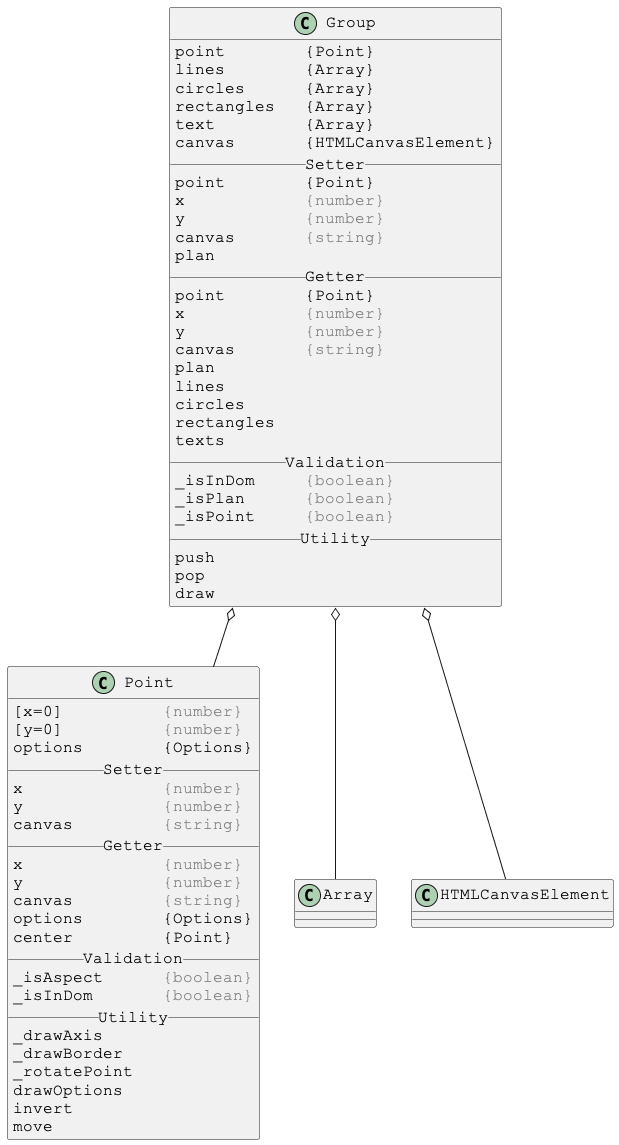
Justin-Byrne/canvasLab keeps this PlantUML diagram as docs/PlantUml/images/linked/Group-linked.png. Above is the earlier version.
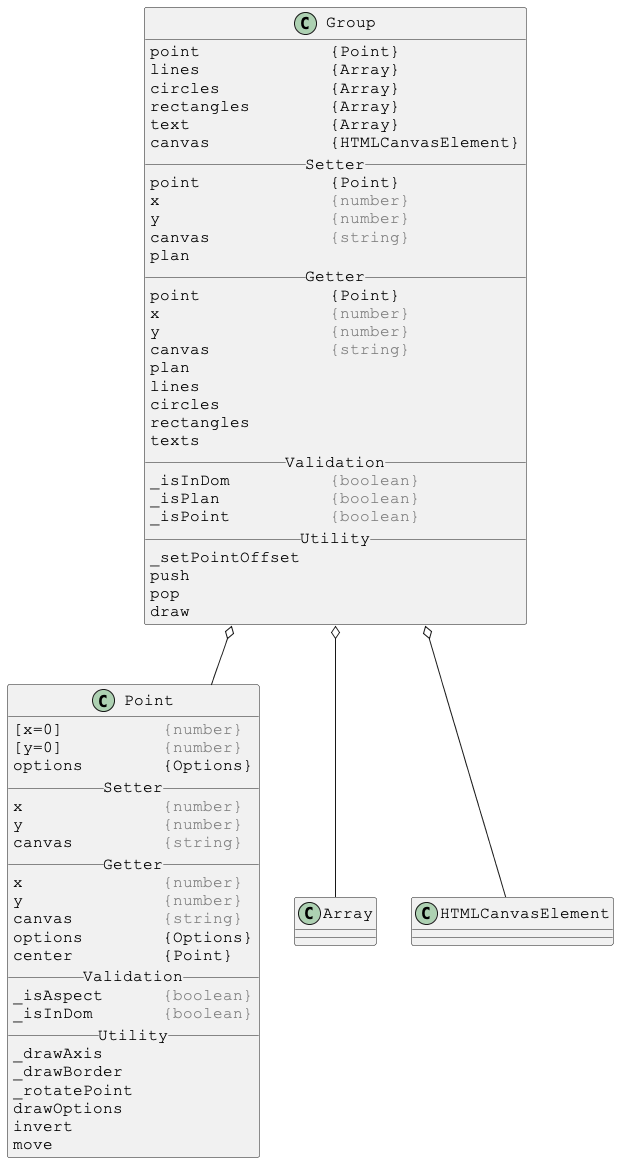
The same diagram one commit later.

What changed in the source:
```diff
@@ -4,33 +4,34 @@
 skinparam DefaultFontName Courier New
 
 class Group {
-point        {Point}
-lines        {Array}
-circles      {Array}
-rectangles   {Array}
-text         {Array}
-canvas       {HTMLCanvasElement}
+point             {Point}
+lines             {Array}
+circles           {Array}
+rectangles        {Array}
+text              {Array}
+canvas            {HTMLCanvasElement}
 __ Setter __
-point        {Point}
-x            <color:gray>{number}</color>
-y            <color:gray>{number}</color>
-canvas       <color:gray>{string}</color>
+point             {Point}
+x                 <color:gray>{number}</color>
+y                 <color:gray>{number}</color>
+canvas            <color:gray>{string}</color>
 plan
 __ Getter __
-point        {Point}
-x            <color:gray>{number}</color>
-y            <color:gray>{number}</color>
-canvas       <color:gray>{string}</color>
+point             {Point}
+x                 <color:gray>{number}</color>
+y                 <color:gray>{number}</color>
+canvas            <color:gray>{string}</color>
 plan
 lines
 circles
 rectangles
 texts
 __ Validation __
-_isInDom     <color:gray>{boolean}</color>
-_isPlan      <color:gray>{boolean}</color>
-_isPoint     <color:gray>{boolean}</color>
+_isInDom          <color:gray>{boolean}</color>
+_isPlan           <color:gray>{boolean}</color>
+_isPoint          <color:gray>{boolean}</color>
 __ Utility __
+_setPointOffset
 push
 pop
 draw
```
